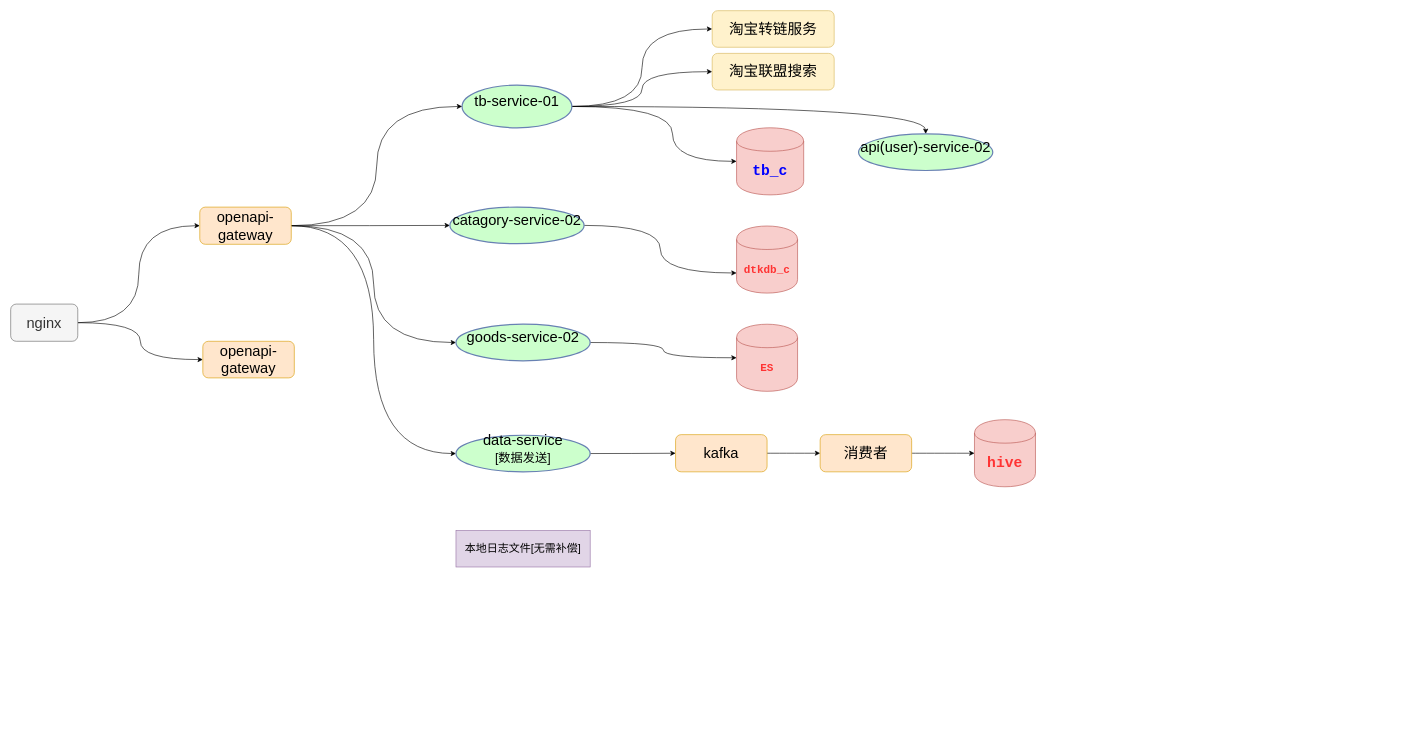
Before: 开放平台服务依赖.drawio in sevenDay2014/dtk, a draw.io diagram. Source tidied: cells renumbered, new cells numbered last; positions are measured from the earlier drawing's top-left corner, leaving out a move shared by most shapes. Both pictures are drawn from the tidied source at 61%, with x=0, y=0 at pixel (10, 10).
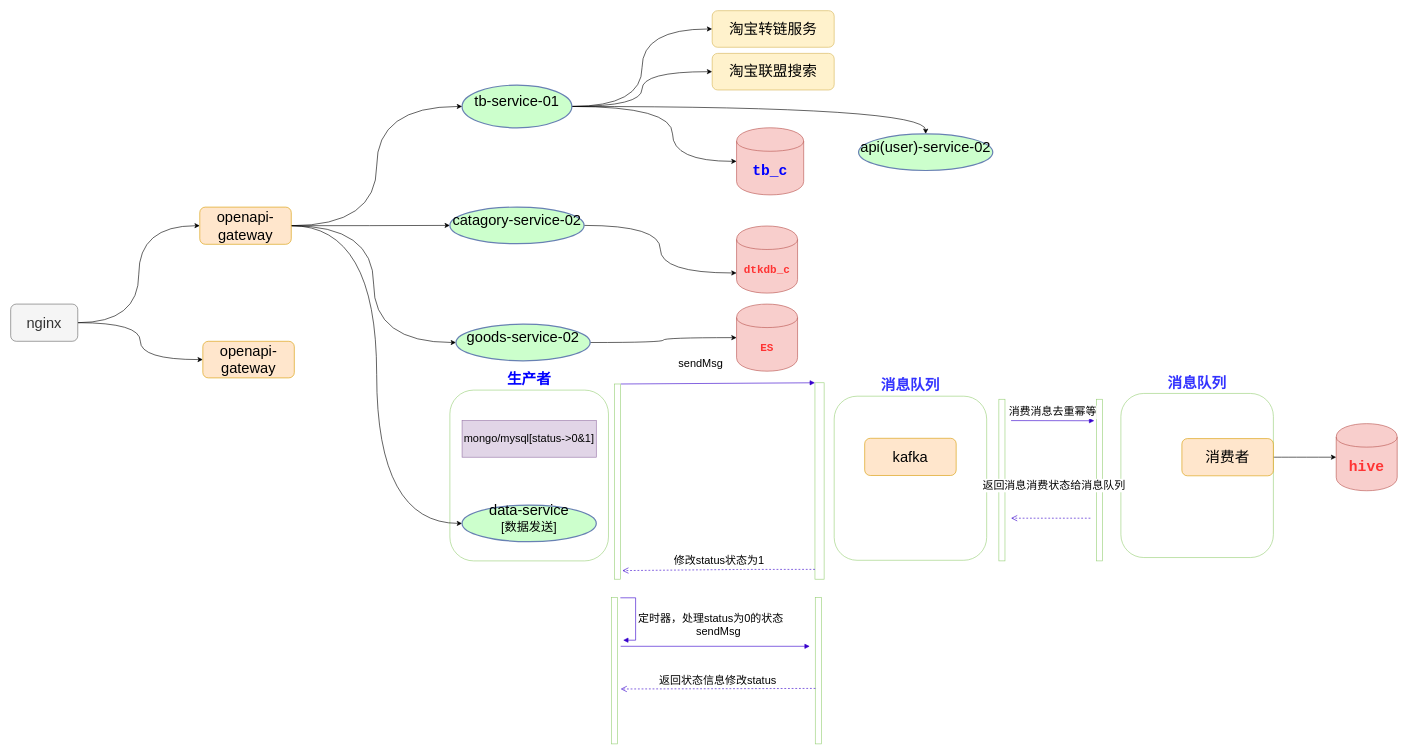
The same page after the edit.

Commit message:
v1.0.0-feature:增加消息状态的时序图

The edit, as a diff of the source:
```diff
@@
+    <mxCell id="34" value="&lt;b&gt;&lt;font style=&quot;font-size: 24px&quot; color=&quot;#3333ff&quot;&gt;消息队列&lt;/font&gt;&lt;/b&gt;" style="rounded=1;whiteSpace=wrap;html=1;strokeColor=#97D077;labelPosition=center;verticalLabelPosition=top;align=center;verticalAlign=bottom;" parent="1" vertex="1">
+      <mxGeometry x="1820" y="627.5" width="250" height="269" as="geometry" />
+    </mxCell>
+    <mxCell id="35" value="&lt;b&gt;&lt;font style=&quot;font-size: 24px&quot; color=&quot;#3333ff&quot;&gt;消息队列&lt;/font&gt;&lt;/b&gt;" style="rounded=1;whiteSpace=wrap;html=1;strokeColor=#97D077;labelPosition=center;verticalLabelPosition=top;align=center;verticalAlign=bottom;" parent="1" vertex="1">
+      <mxGeometry x="1350" y="632" width="250" height="269" as="geometry" />
+    </mxCell>
+    <mxCell id="36" value="&lt;div style=&quot;text-align: left&quot;&gt;&lt;b style=&quot;font-size: 24px ; color: rgb(0 , 0 , 255)&quot;&gt;&lt;font face=&quot;Verdana&quot;&gt;生产者&lt;/font&gt;&lt;/b&gt;&lt;/div&gt;" style="rounded=1;whiteSpace=wrap;html=1;strokeColor=#97D077;labelPosition=center;verticalLabelPosition=top;align=center;verticalAlign=bottom;" parent="1" vertex="1">
+      <mxGeometry x="720" y="622" width="260" height="280" as="geometry" />
+    </mxCell>
@@
     <mxCell id="25" value="&lt;pre&gt;&lt;pre&gt;&lt;font color=&quot;#ff3333&quot; size=&quot;1&quot;&gt;&lt;b style=&quot;font-size: 18px&quot;&gt;ES&lt;/b&gt;&lt;/font&gt;&lt;/pre&gt;&lt;/pre&gt;" style="shape=cylinder;whiteSpace=wrap;html=1;boundedLbl=1;backgroundOutline=1;fillColor=#f8cecc;strokeColor=#b85450;" parent="1" vertex="1">
-      <mxGeometry x="1190" y="514" width="100" height="110" as="geometry" />
+      <mxGeometry x="1190" y="481" width="100" height="110" as="geometry" />
     </mxCell>
-    <mxCell id="26" style="edgeStyle=orthogonalEdgeStyle;curved=1;rounded=0;jettySize=auto;html=1;entryX=0;entryY=0.5;entryDx=0;entryDy=0;" parent="1" edge="1" source="27" target="29">
-      <mxGeometry relative="1" as="geometry" />
-    </mxCell>
     <mxCell id="27" value="&lt;font&gt;&lt;span style=&quot;font-size: 24px&quot;&gt;data-service&lt;/span&gt;&lt;br&gt;&lt;font style=&quot;font-size: 20px&quot;&gt;[数据发送]&lt;/font&gt;&lt;br&gt;&lt;/font&gt;" style="ellipse;whiteSpace=wrap;html=1;rounded=1;shadow=0;comic=0;labelBackgroundColor=none;strokeColor=#6881B3;strokeWidth=2;fillColor=#CCFFCC;fontFamily=Helvetica;fontSize=22;fontColor=#000000;verticalAlign=middle;gradientColor=none;gradientDirection=north;spacingBottom=17;" parent="1" vertex="1">
-      <mxGeometry x="730" y="696" width="220" height="60" as="geometry" />
+      <mxGeometry x="740" y="810.5" width="220" height="60" as="geometry" />
     </mxCell>
-    <mxCell id="28" style="edgeStyle=orthogonalEdgeStyle;curved=1;rounded=0;jettySize=auto;html=1;" parent="1" edge="1" source="29" target="31">
-      <mxGeometry relative="1" as="geometry" />
-    </mxCell>
     <mxCell id="29" value="&lt;span style=&quot;font-size: 24px&quot;&gt;kafka&lt;/span&gt;" style="rounded=1;whiteSpace=wrap;html=1;fillColor=#ffe6cc;strokeColor=#d79b00;" parent="1" vertex="1">
-      <mxGeometry x="1090" y="695" width="150" height="61" as="geometry" />
+      <mxGeometry x="1400" y="701" width="150" height="61" as="geometry" />
     </mxCell>
@@
     <mxCell id="31" value="&lt;span style=&quot;font-size: 24px&quot;&gt;消费者&lt;/span&gt;" style="rounded=1;whiteSpace=wrap;html=1;fillColor=#ffe6cc;strokeColor=#d79b00;" parent="1" vertex="1">
-      <mxGeometry x="1327" y="695" width="150" height="61" as="geometry" />
+      <mxGeometry x="1920" y="701.5" width="150" height="61" as="geometry" />
     </mxCell>
     <mxCell id="32" value="&lt;pre&gt;&lt;pre&gt;&lt;font color=&quot;#ff3333&quot; size=&quot;1&quot;&gt;&lt;b style=&quot;font-size: 24px&quot;&gt;hive&lt;/b&gt;&lt;/font&gt;&lt;/pre&gt;&lt;/pre&gt;" style="shape=cylinder;whiteSpace=wrap;html=1;boundedLbl=1;backgroundOutline=1;fillColor=#f8cecc;strokeColor=#b85450;" parent="1" vertex="1">
-      <mxGeometry x="1580" y="670.5" width="100" height="110" as="geometry" />
+      <mxGeometry x="2173" y="677" width="100" height="110" as="geometry" />
     </mxCell>
-    <mxCell id="33" value="&lt;font style=&quot;font-size: 18px&quot;&gt;本地日志文件[无需补偿]&lt;/font&gt;" style="rounded=0;whiteSpace=wrap;html=1;fillColor=#e1d5e7;strokeColor=#9673a6;" parent="1" vertex="1">
-      <mxGeometry x="730" y="852" width="220" height="60" as="geometry" />
+    <mxCell id="33" value="&lt;font style=&quot;font-size: 18px&quot;&gt;mongo/mysql[status-&amp;gt;0&amp;amp;1]&lt;br&gt;&lt;/font&gt;" style="rounded=0;whiteSpace=wrap;html=1;fillColor=#e1d5e7;strokeColor=#9673a6;" parent="1" vertex="1">
+      <mxGeometry x="740" y="672" width="220" height="60" as="geometry" />
     </mxCell>
+    <mxCell id="37" style="html=1;points=[];perimeter=orthogonalPerimeter;strokeColor=#97D077;" parent="1" vertex="1">
+      <mxGeometry x="1318.5" y="610" width="15" height="322" as="geometry" />
+    </mxCell>
+    <mxCell id="38" value="&lt;font style=&quot;font-size: 18px&quot;&gt;sendMsg&lt;/font&gt;" style="html=1;verticalAlign=bottom;endArrow=block;entryX=0;entryY=0;fillColor=#6a00ff;strokeColor=#3700CC;" parent="1" edge="1" source="40" target="37">
+      <mxGeometry x="-0.18" y="19" relative="1" as="geometry" />
+    </mxCell>
+    <mxCell id="39" value="&lt;font style=&quot;font-size: 18px&quot;&gt;修改status状态为1&lt;/font&gt;" style="html=1;verticalAlign=bottom;endArrow=open;dashed=1;endSize=8;exitX=0;exitY=0.95;entryX=1.271;entryY=0.956;entryDx=0;entryDy=0;entryPerimeter=0;fillColor=#6a00ff;strokeColor=#3700CC;" parent="1" edge="1" source="37" target="40">
+      <mxGeometry relative="1" as="geometry">
+        <Array as="points">
+          <mxPoint x="1200" y="916" />
+        </Array>
+      </mxGeometry>
+    </mxCell>
+    <mxCell id="40" style="html=1;points=[];perimeter=orthogonalPerimeter;strokeColor=#97D077;" parent="1" vertex="1">
+      <mxGeometry x="990" y="612" width="10" height="320" as="geometry" />
+    </mxCell>
+    <mxCell id="41" style="html=1;perimeter=orthogonalPerimeter;strokeColor=#97D077;" parent="1" vertex="1">
+      <mxGeometry x="985" y="962" width="10" height="240" as="geometry" />
+    </mxCell>
+    <mxCell id="42" value="&lt;font style=&quot;font-size: 18px&quot;&gt;定时器，处理status为0的状态&lt;/font&gt;" style="edgeStyle=orthogonalEdgeStyle;html=1;align=left;spacingLeft=2;endArrow=block;rounded=0;fillColor=#6a00ff;strokeColor=#3700CC;" parent="1" edge="1">
+      <mxGeometry relative="1" as="geometry">
+        <mxPoint x="999.5" y="962.5" as="sourcePoint" />
+        <mxPoint x="1004" y="1032" as="targetPoint" />
+        <Array as="points">
+          <mxPoint x="1024.5" y="962.5" />
+        </Array>
+      </mxGeometry>
+    </mxCell>
+    <mxCell id="43" style="html=1;points=[];perimeter=orthogonalPerimeter;strokeColor=#97D077;" parent="1" vertex="1">
+      <mxGeometry x="1319" y="962" width="10" height="240" as="geometry" />
+    </mxCell>
+    <mxCell id="44" value="&lt;font style=&quot;font-size: 18px&quot;&gt;sendMsg&lt;/font&gt;" style="html=1;verticalAlign=bottom;endArrow=block;fillColor=#6a00ff;strokeColor=#3700CC;" parent="1" edge="1">
+      <mxGeometry x="0.03" y="10" relative="1" as="geometry">
+        <mxPoint x="1000" y="1042" as="sourcePoint" />
+        <mxPoint x="1310" y="1042" as="targetPoint" />
+      </mxGeometry>
+    </mxCell>
+    <mxCell id="45" value="&lt;font style=&quot;font-size: 18px&quot;&gt;返回状态信息修改status&lt;/font&gt;" style="html=1;verticalAlign=bottom;endArrow=open;dashed=1;endSize=8;exitX=0.029;exitY=0.621;exitDx=0;exitDy=0;exitPerimeter=0;fillColor=#6a00ff;strokeColor=#3700CC;" parent="1" edge="1" source="43">
+      <mxGeometry relative="1" as="geometry">
+        <mxPoint x="1000" y="1112" as="targetPoint" />
+      </mxGeometry>
+    </mxCell>
+    <mxCell id="46" style="html=1;perimeter=orthogonalPerimeter;strokeColor=#97D077;" parent="1" vertex="1">
+      <mxGeometry x="1620" y="637" width="10" height="265" as="geometry" />
+    </mxCell>
+    <mxCell id="47" style="html=1;points=[];perimeter=orthogonalPerimeter;strokeColor=#97D077;" parent="1" vertex="1">
+      <mxGeometry x="1780" y="637" width="10" height="265" as="geometry" />
+    </mxCell>
+    <mxCell id="48" value="&lt;font style=&quot;font-size: 18px&quot;&gt;消费消息去重幂等&lt;/font&gt;" style="html=1;verticalAlign=bottom;endArrow=block;entryX=-0.357;entryY=0.133;entryDx=0;entryDy=0;entryPerimeter=0;fillColor=#6a00ff;strokeColor=#3700CC;" parent="1" edge="1" target="47">
+      <mxGeometry relative="1" as="geometry">
+        <mxPoint x="1640" y="672" as="sourcePoint" />
+      </mxGeometry>
+    </mxCell>
+    <mxCell id="49" value="&lt;font style=&quot;font-size: 18px&quot;&gt;返回消息消费状态给消息队列&lt;/font&gt;" style="html=1;verticalAlign=bottom;endArrow=open;dashed=1;endSize=8;fillColor=#6a00ff;strokeColor=#3700CC;" parent="1" edge="1">
+      <mxGeometry x="-0.08" y="-40" relative="1" as="geometry">
+        <mxPoint x="1770" y="832" as="sourcePoint" />
+        <mxPoint x="1640" y="832" as="targetPoint" />
+      </mxGeometry>
+    </mxCell>
```
